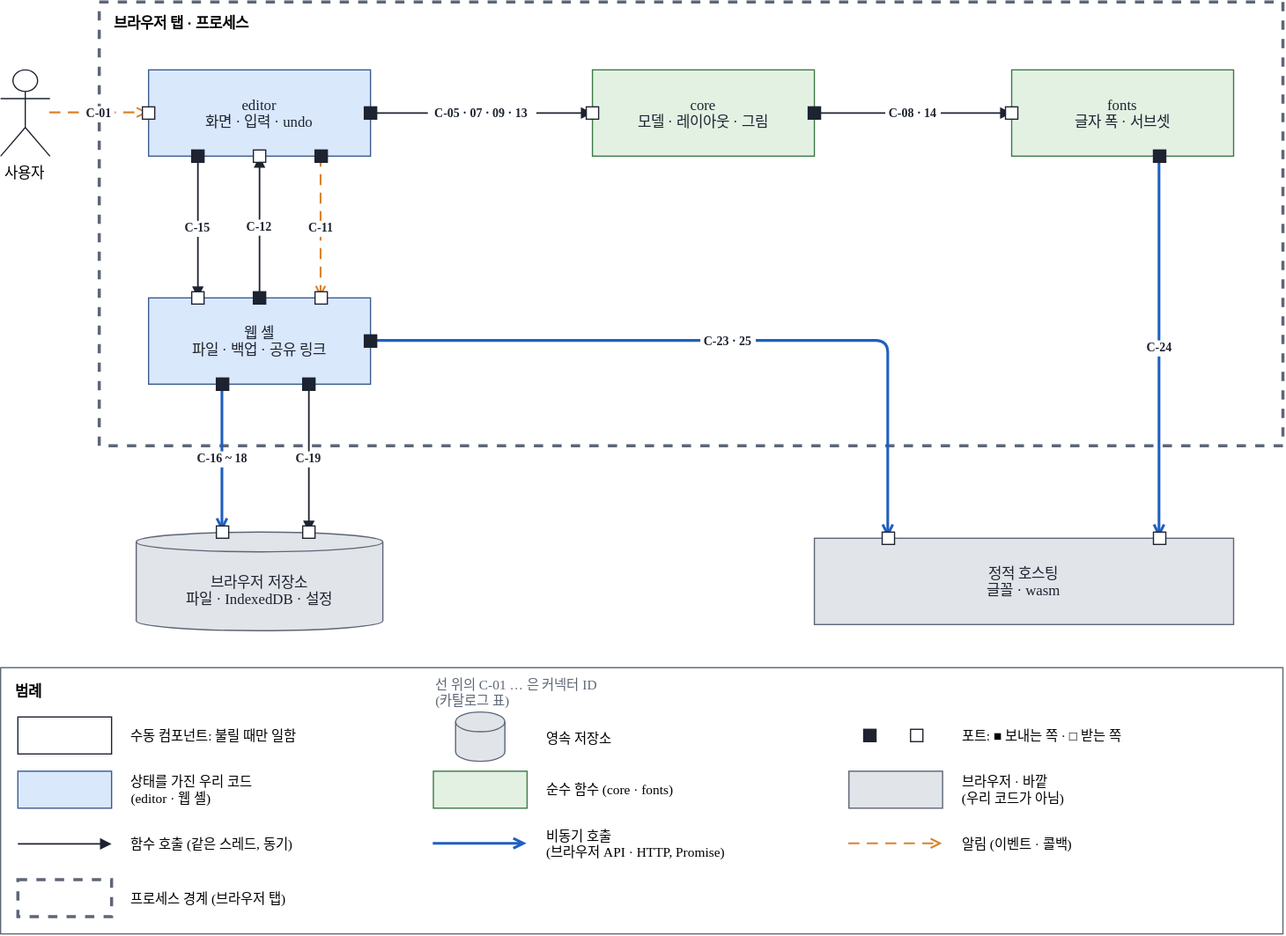
The draw.io diagram docs/03-architecture/assets/cc-view-web-overview.drawio.svg in reddiana/AriadneNSD, before a commit. Source tidied: cells renumbered, new cells last; positions are measured from the earlier drawing's top-left corner, leaving out a move shared by most shapes.
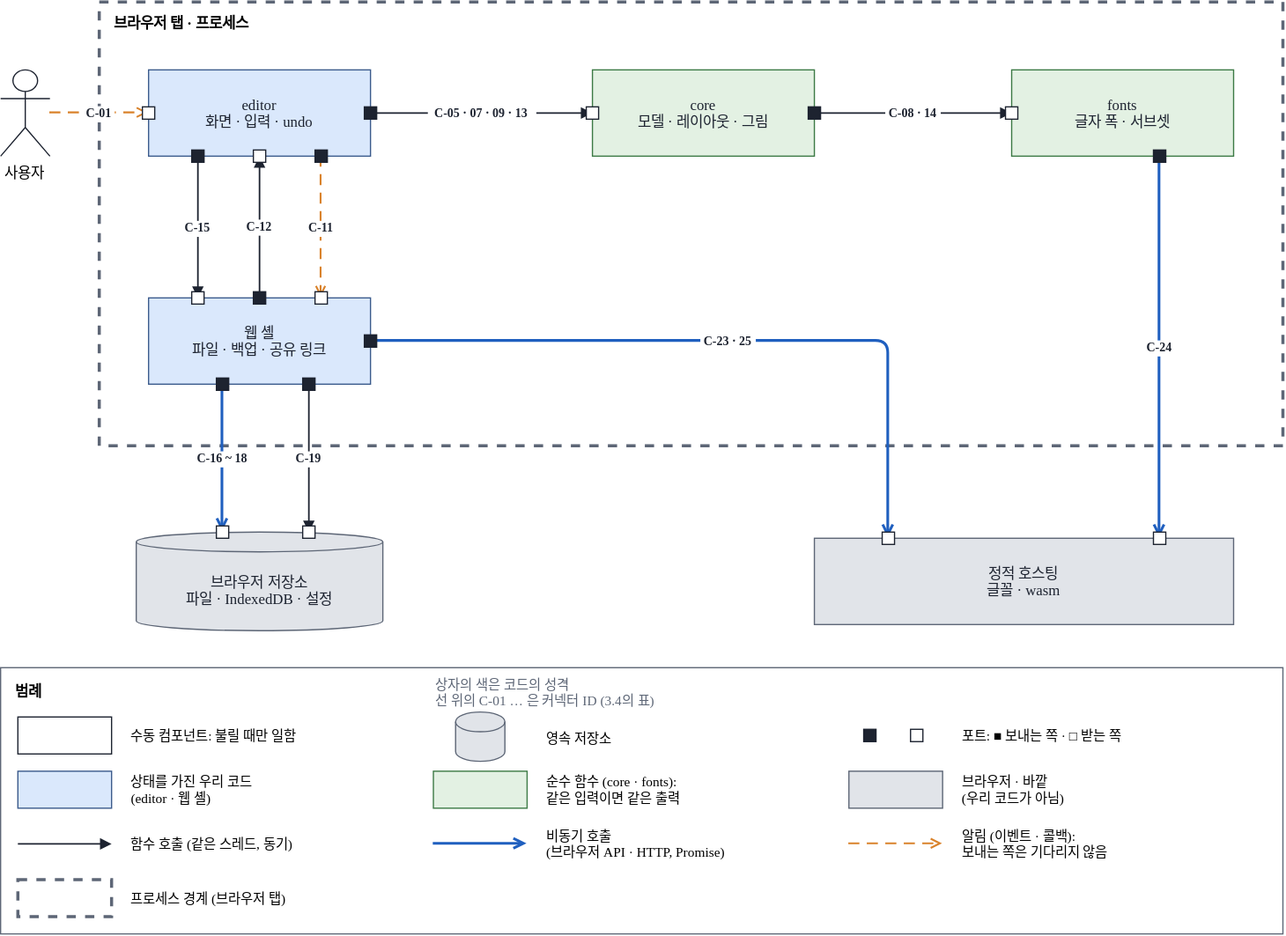
Later version of the same file.

Commit message:
docs(architecture): 3.2는 시스템과 아키텍처 특징을 설명하고 기호의 뜻은 C&C 범례로

The edit, as a diff of the source:
```diff
@@ -158,7 +158,7 @@
     <mxCell id="42" style="rounded=0;html=0;fillColor=#e3f1e3;strokeColor=#3c7a45;fontColor=#1d2330;" parent="1" vertex="1">
       <mxGeometry x="351" y="624" width="76" height="30" as="geometry" />
     </mxCell>
-    <mxCell id="43" value="순수 함수 (core · fonts)" style="text;html=0;align=left;verticalAlign=middle;fontFamily=Malgun Gothic;fontSize=12;fontSize=11;" parent="1" vertex="1">
+    <mxCell id="43" value="순수 함수 (core · fonts):&#10;같은 입력이면 같은 출력" style="text;html=0;align=left;verticalAlign=middle;fontFamily=Malgun Gothic;fontSize=12;fontSize=11;" parent="1" vertex="1">
       <mxGeometry x="441" y="624" width="186" height="30" as="geometry" />
     </mxCell>
     <mxCell id="44" style="rounded=0;html=0;fillColor=#dae8fc;strokeColor=#3b5b8c;fontColor=#1d2330;" parent="1" vertex="1">
@@ -194,7 +194,7 @@
     <mxCell id="54" value="비동기 호출&#10;(브라우저 API · HTTP, Promise)" style="text;html=0;align=left;verticalAlign=middle;fontFamily=Malgun Gothic;fontSize=12;fontSize=11;" parent="1" vertex="1">
       <mxGeometry x="441" y="668" width="186" height="30" as="geometry" />
     </mxCell>
-    <mxCell id="55" value="알림 (이벤트 · 콜백)" style="text;html=0;align=left;verticalAlign=middle;fontFamily=Malgun Gothic;fontSize=12;fontSize=11;" parent="1" vertex="1">
+    <mxCell id="55" value="알림 (이벤트 · 콜백):&#10;보내는 쪽은 기다리지 않음" style="text;html=0;align=left;verticalAlign=middle;fontFamily=Malgun Gothic;fontSize=12;fontSize=11;" parent="1" vertex="1">
       <mxGeometry x="778" y="668" width="186" height="30" as="geometry" />
     </mxCell>
     <mxCell id="56" style="rounded=0;fillColor=none;dashed=1;strokeWidth=2.5;strokeColor=#5d6676;" parent="1" vertex="1">
@@ -203,7 +203,7 @@
     <mxCell id="57" value="프로세스 경계 (브라우저 탭)" style="text;html=0;align=left;verticalAlign=middle;fontFamily=Malgun Gothic;fontSize=12;fontSize=11;" parent="1" vertex="1">
       <mxGeometry x="104" y="712" width="186" height="30" as="geometry" />
     </mxCell>
-    <mxCell id="58" value="선 위의 C-01 … 은 커넥터 ID&#10;(카탈로그 표)" style="text;html=0;align=left;verticalAlign=middle;fontFamily=Malgun Gothic;fontSize=12;fontSize=11;fontColor=#5d6676;" parent="1" vertex="1">
+    <mxCell id="58" value="상자의 색은 코드의 성격&#10;선 위의 C-01 … 은 커넥터 ID (3.4의 표)" style="text;html=0;align=left;verticalAlign=middle;fontFamily=Malgun Gothic;fontSize=12;fontSize=11;fontColor=#5d6676;" parent="1" vertex="1">
       <mxGeometry x="351" y="545" width="276" height="30" as="geometry" />
     </mxCell>
     <mxCell id="59" style="endArrow=block;endFill=1;strokeColor=#1d2330;strokeWidth=1.3;html=0;" parent="1" edge="1">
```
